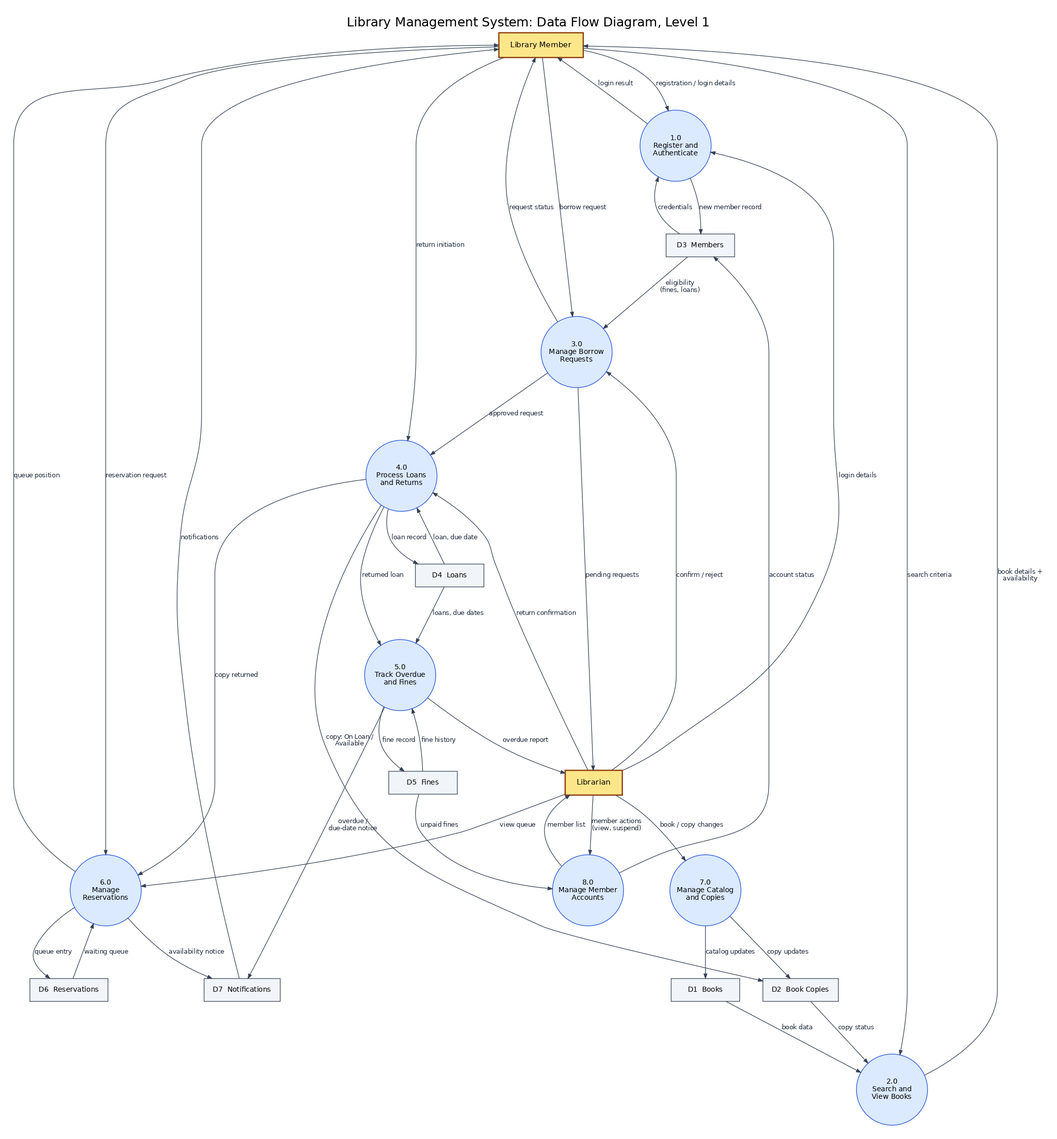
This is diagrams/dfd1.png from Hassan3443/library-management-system, a Graphviz export, as it was before one commit. Its source is kept beside it as diagrams/dfd1.dot. The source it was exported from:
```dot
digraph DFD1 {
  graph [rankdir=TB, splines=true, nodesep=0.5, ranksep=1.0, fontname="Helvetica", labelloc=t, fontsize=20, label="Library Management System: Data Flow Diagram, Level 1\n", dpi=90, pad=0.3, bgcolor=white];
  node [fontname="Helvetica", fontsize=12];
  edge [fontname="Helvetica", fontsize=10, color="#334155", fontcolor="#1e293b", arrowsize=0.7];

  M [label="Library Member", shape=box, style="filled,bold", fillcolor="#fde68a", color="#92400e", margin="0.25,0.18"];
  L [label="Librarian", shape=box, style="filled,bold", fillcolor="#fde68a", color="#92400e", margin="0.25,0.18"];

  node [shape=circle, style=filled, fillcolor="#dbeafe", color="#1d4ed8", width=1.55, fixedsize=true, fontsize=11];
  P1 [label="1.0\nRegister and\nAuthenticate"];
  P2 [label="2.0\nSearch and\nView Books"];
  P3 [label="3.0\nManage Borrow\nRequests"];
  P4 [label="4.0\nProcess Loans\nand Returns"];
  P5 [label="5.0\nTrack Overdue\nand Fines"];
  P6 [label="6.0\nManage\nReservations"];
  P7 [label="7.0\nManage Catalog\nand Copies"];
  P8 [label="8.0\nManage Member\nAccounts"];

  node [shape=box, style="filled", fillcolor="#f1f5f9", color="#334155", width=1.5, height=0.5, fixedsize=false, fontsize=11, margin="0.2,0.1"];
  D1 [label="D1  Books"];
  D2 [label="D2  Book Copies"];
  D3 [label="D3  Members"];
  D4 [label="D4  Loans"];
  D5 [label="D5  Fines"];
  D6 [label="D6  Reservations"];
  D7 [label="D7  Notifications"];

  M -> P1 [label="registration / login details"];
  P1 -> M [label="login result"];
  P1 -> D3 [label="new member record"];
  D3 -> P1 [label="credentials"];
  L -> P1 [label="login details"];

  M -> P2 [label="search criteria"];
  P2 -> M [label="book details +\navailability"];
  D1 -> P2 [label="book data"];
  D2 -> P2 [label="copy status"];

  M -> P3 [label="borrow request"];
  P3 -> M [label="request status"];
  D3 -> P3 [label="eligibility\n(fines, loans)"];
  P3 -> L [label="pending requests"];
  L -> P3 [label="confirm / reject"];
  P3 -> P4 [label="approved request"];

  P4 -> D4 [label="loan record"];
  D4 -> P4 [label="loan, due date"];
  P4 -> D2 [label="copy: On Loan /\nAvailable"];
  M -> P4 [label="return initiation"];
  L -> P4 [label="return confirmation"];
  P4 -> P5 [label="returned loan"];
  P4 -> P6 [label="copy returned"];

  D4 -> P5 [label="loans, due dates"];
  P5 -> D5 [label="fine record"];
  P5 -> D7 [label="overdue /\ndue-date notice"];
  P5 -> L [label="overdue report"];
  D5 -> P5 [label="fine history"];

  M -> P6 [label="reservation request"];
  P6 -> M [label="queue position"];
  P6 -> D6 [label="queue entry"];
  D6 -> P6 [label="waiting queue"];
  P6 -> D7 [label="availability notice"];
  D7 -> M [label="notifications"];
  L -> P6 [label="view queue"];

  L -> P7 [label="book / copy changes"];
  P7 -> D1 [label="catalog updates"];
  P7 -> D2 [label="copy updates"];

  L -> P8 [label="member actions\n(view, suspend)"];
  P8 -> D3 [label="account status"];
  D5 -> P8 [label="unpaid fines"];
  P8 -> L [label="member list"];
}
```
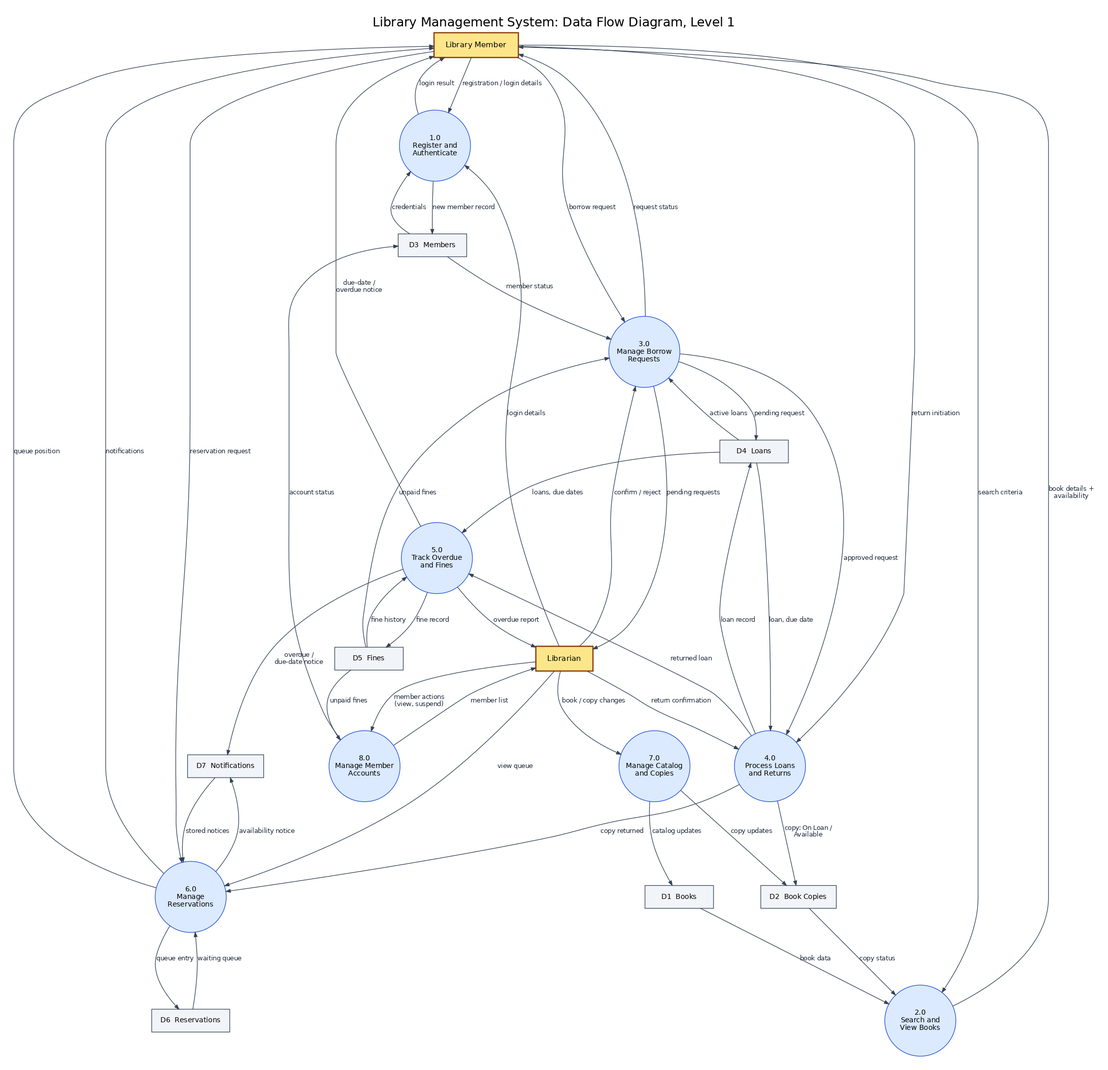
After the commit.

Change to the diagram source:
```diff
@@ -38,7 +38,10 @@
 
   M -> P3 [label="borrow request"];
   P3 -> M [label="request status"];
-  D3 -> P3 [label="eligibility\n(fines, loans)"];
+  D3 -> P3 [label="member status"];
+  D5 -> P3 [label="unpaid fines"];
+  D4 -> P3 [label="active loans"];
+  P3 -> D4 [label="pending request"];
   P3 -> L [label="pending requests"];
   L -> P3 [label="confirm / reject"];
   P3 -> P4 [label="approved request"];
@@ -55,6 +58,7 @@
   P5 -> D5 [label="fine record"];
   P5 -> D7 [label="overdue /\ndue-date notice"];
   P5 -> L [label="overdue report"];
+  P5 -> M [label="due-date /\noverdue notice"];
   D5 -> P5 [label="fine history"];
 
   M -> P6 [label="reservation request"];
@@ -62,7 +66,8 @@
   P6 -> D6 [label="queue entry"];
   D6 -> P6 [label="waiting queue"];
   P6 -> D7 [label="availability notice"];
-  D7 -> M [label="notifications"];
+  D7 -> P6 [label="stored notices"];
+  P6 -> M [label="notifications"];
   L -> P6 [label="view queue"];
 
   L -> P7 [label="book / copy changes"];
```
